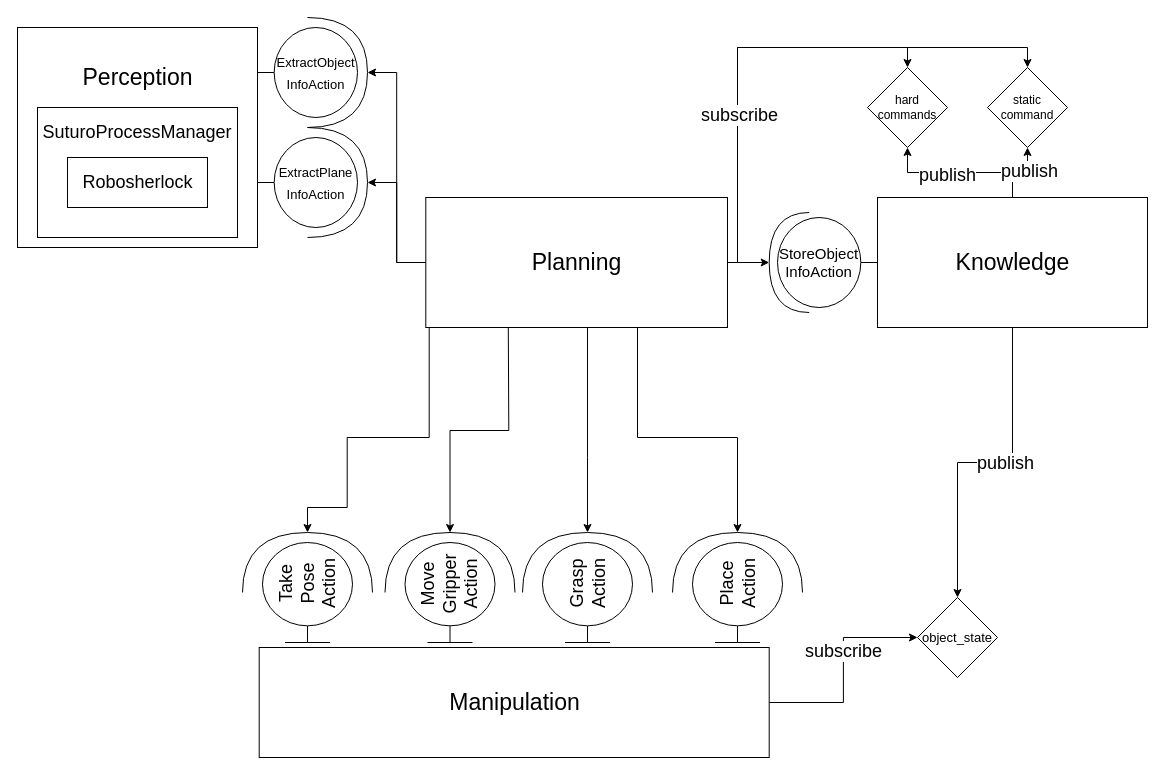
SUTURO/suturo_resources keeps this draw.io diagram as doku_milestone_2/architecture/architecture.drawio. Above is the earlier version. Source tidied: cells renumbered, new cells numbered last; positions are measured from the earlier drawing's top-left corner, leaving out a move shared by most shapes. Both pictures are drawn from the tidied source at 100%, with x=0, y=0 at pixel (17, 17).
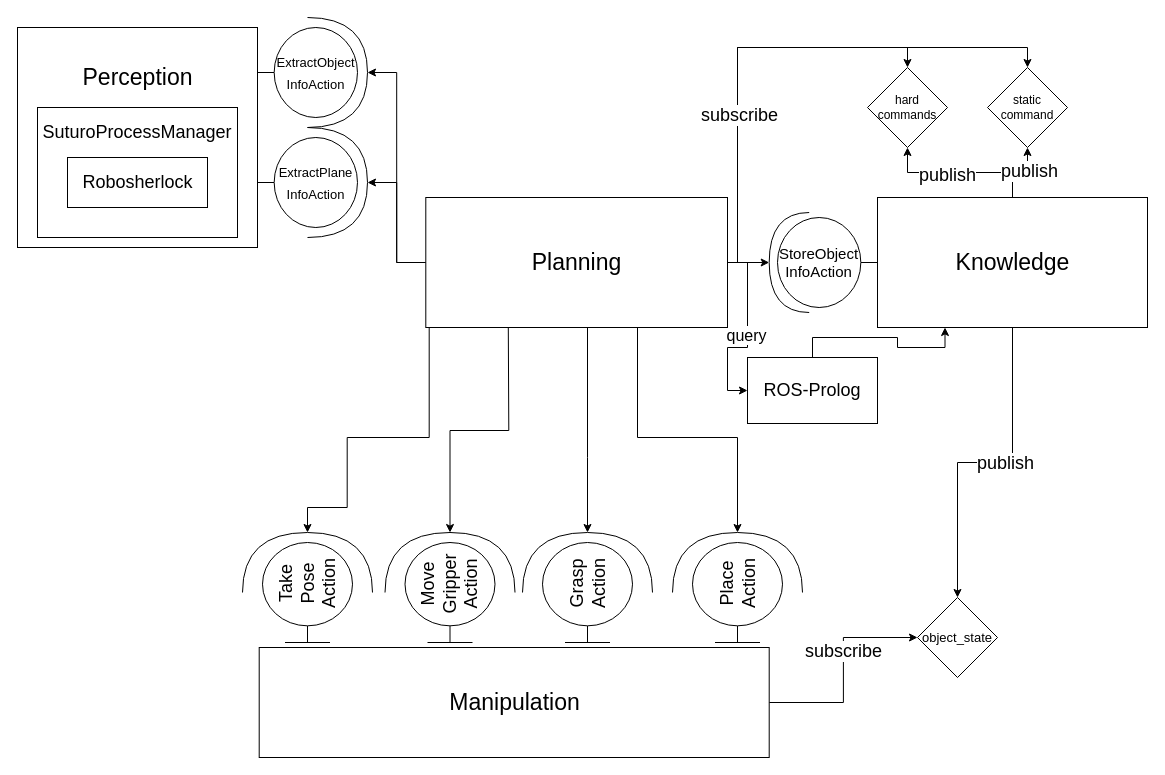
After the change.

Commit message (it also covers changes not shown here):
Added part of knowledge to the architecture diagram.

The change refers to these unchanged cells:
```xml
<mxCell id="13" value="&lt;div style=&quot;font-size: 23px&quot;&gt;&lt;font style=&quot;font-size: 23px&quot;&gt;Planning&lt;/font&gt;&lt;/div&gt;" style="html=1;fontSize=18;" parent="1" vertex="1">
  <mxGeometry x="408.3" y="180" width="301.7" height="130" as="geometry" />
</mxCell>
<mxCell id="35" value="&lt;div style=&quot;font-size: 23px&quot;&gt;Knowledge&lt;/div&gt;" style="html=1;fontSize=18;" parent="1" vertex="1">
  <mxGeometry x="860" y="180" width="270" height="130" as="geometry" />
</mxCell>
```

What changed in the source:
```diff
@@
+    <mxCell id="43" style="edgeStyle=orthogonalEdgeStyle;rounded=0;jettySize=auto;html=1;entryX=0;entryY=0.5;entryDx=0;entryDy=0;" parent="1" edge="1" source="13" target="46">
+      <mxGeometry relative="1" as="geometry" />
+    </mxCell>
+    <mxCell id="44" value="query" style="text;html=1;align=center;verticalAlign=middle;labelBackgroundColor=#ffffff;fontSize=16;" parent="43" vertex="1">
+      <mxGeometry x="-0.02" y="-2" relative="1" as="geometry" />
+    </mxCell>
@@
+    <mxCell id="45" style="edgeStyle=orthogonalEdgeStyle;rounded=0;jettySize=auto;html=1;entryX=0.25;entryY=1;entryDx=0;entryDy=0;fontSize=16;" parent="1" edge="1" source="46" target="35">
+      <mxGeometry relative="1" as="geometry" />
+    </mxCell>
+    <mxCell id="46" value="&lt;div style=&quot;font-size: 18px&quot;&gt;&lt;font style=&quot;font-size: 18px&quot;&gt;ROS-Prolog&lt;/font&gt;&lt;/div&gt;" style="rounded=0;whiteSpace=wrap;html=1;" parent="1" vertex="1">
+      <mxGeometry x="730" y="340" width="130" height="66" as="geometry" />
+    </mxCell>
```
